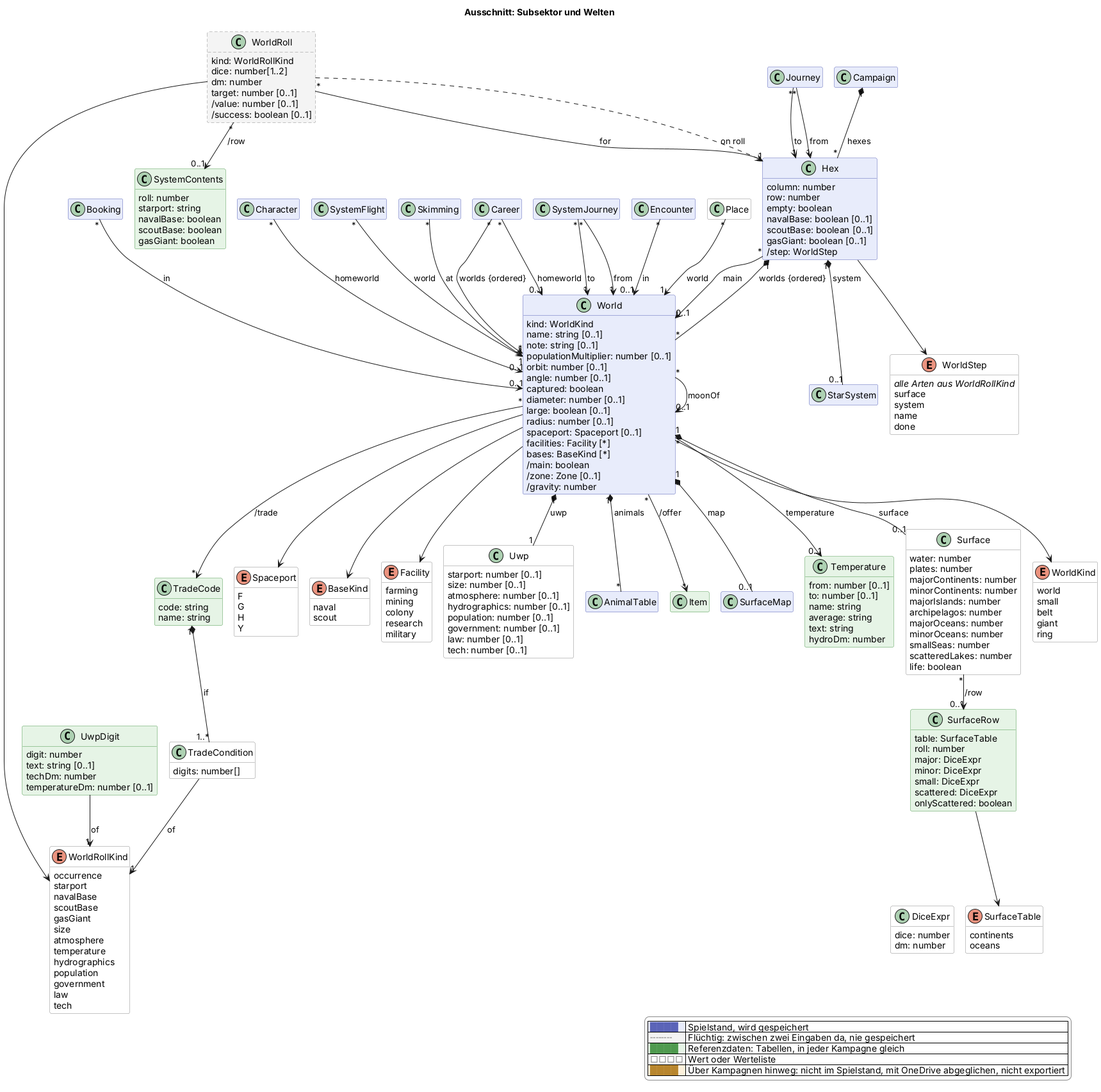
This is docs/views/sektor.png from scuzzar/SRE, a PlantUML export, as it was before one commit.
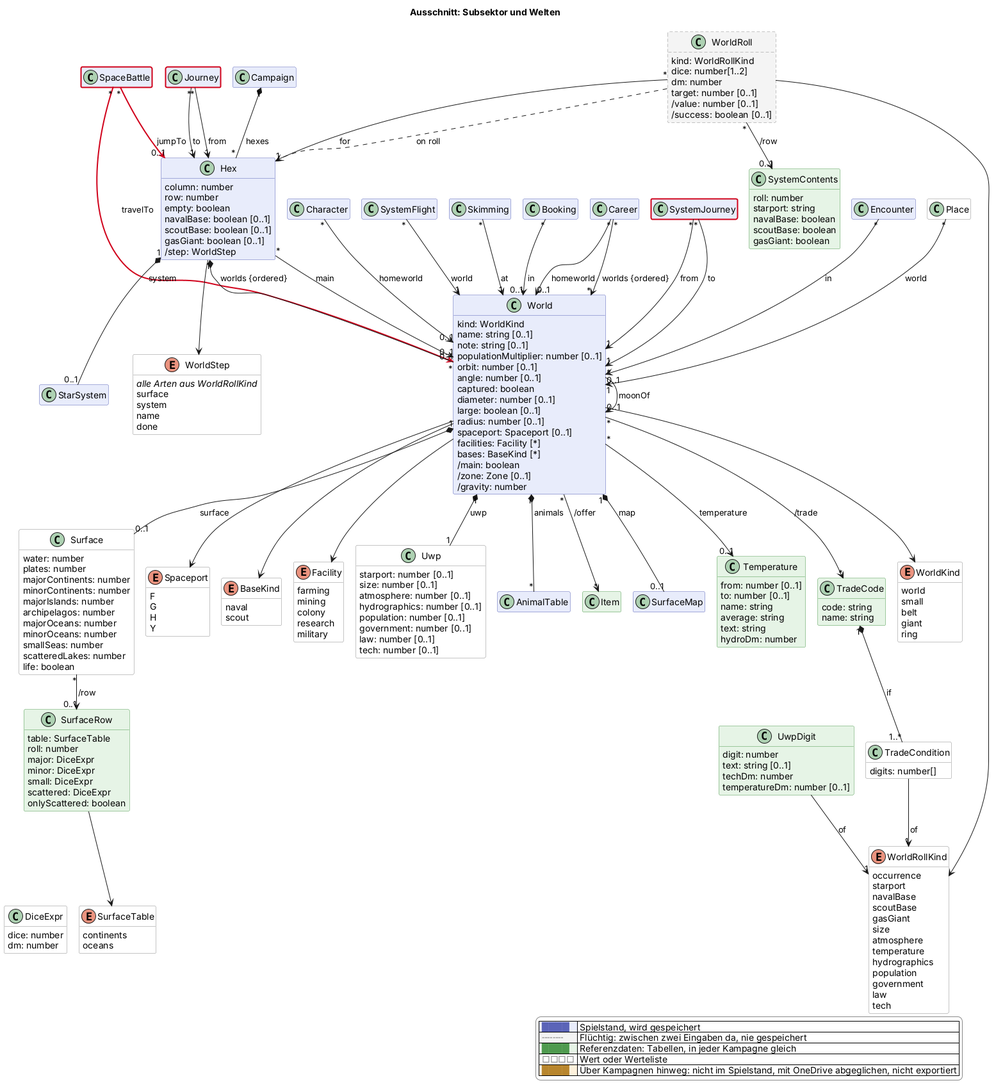
Later version of the same file.

The edit, as a diff of the source:
```diff
@@ -77,6 +77,7 @@
   class SystemFlight $raum
   class StarSystem $raum
   class Skimming $raum
+  class SpaceBattle $raum
 
   class Career $erschaffung
 
@@ -246,6 +247,8 @@
 
 
 SystemFlight "*" --> "1" World : world
+SpaceBattle "*" -$newArrow("2026-11-22b")-> "0..1" Hex : jumpTo
+SpaceBattle "*" -$newArrow("2026-11-22b")-> "0..1" World : travelTo
 Skimming "*" --> "1" World : at
 Hex "1" *-- "0..1" StarSystem : system
 Hex "1" *-- "*" World : worlds {ordered}
@@ -303,4 +306,7 @@
   |<#ffffff> <color:#8a8a8a>□□□□</color> | Wert oder Werteliste |
   |<#fdf1dc> <color:#b8862e>████</color> | Über Kampagnen hinweg: nicht im Spielstand, mit OneDrive abgeglichen, nicht exportiert |
 endlegend
+class SpaceBattle #line:d0021b;line.bold
+class Journey #line:d0021b;line.bold
+class SystemJourney #line:d0021b;line.bold
 @enduml
```
